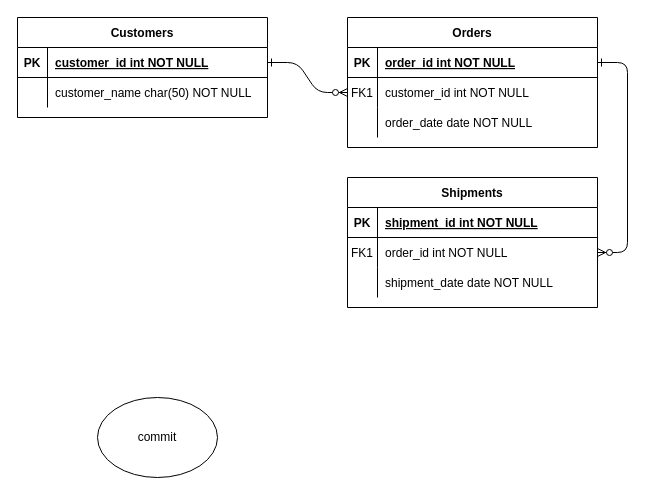
Earlier version of the draw.io diagram documentation/lopokulu-database-er.drawio (mtijas/lopokulu). Source tidied: cells renumbered, new cells numbered last; positions are measured from the earlier drawing's top-left corner, leaving out a move shared by most shapes. Both pictures are drawn from the tidied source at 100%, with x=0, y=0 at pixel (17, 17).
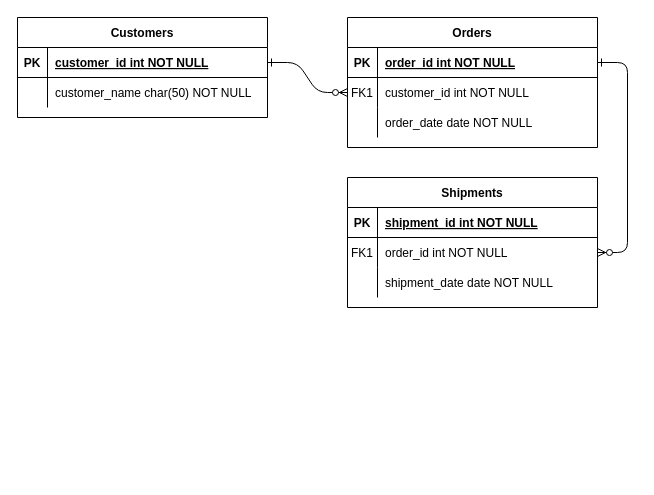
The same page after the edit.

The edit, as a diff of the source:
```diff
@@
-    <mxCell id="31" value="commit" style="ellipse;whiteSpace=wrap;html=1;" parent="1" vertex="1">
-      <mxGeometry x="80" y="380" width="120" height="80" as="geometry" />
-    </mxCell>
```
